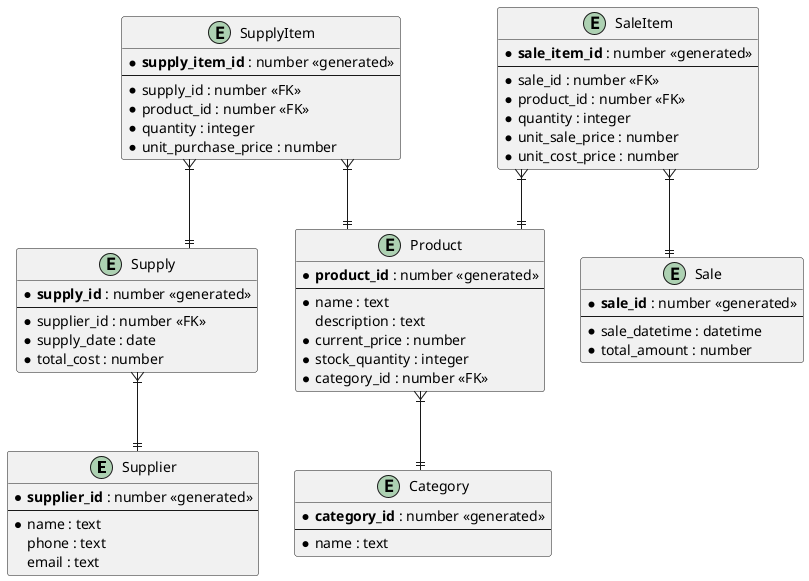
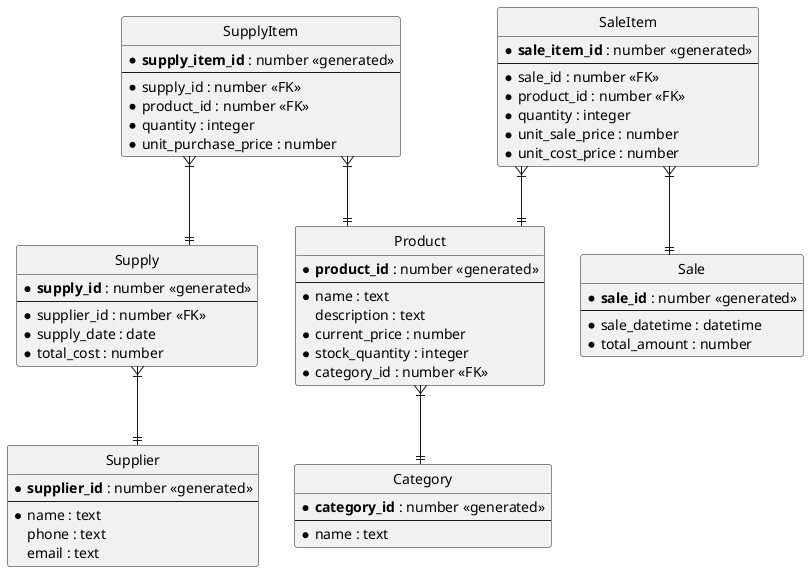
@startuml
skinparam linetype ortho
- 
+ hide circle
entity "Supplier" as Supplier {
  * **supplier_id** : number <<generated>>
  --
  * name : text
  phone : text
  email : text
}

entity "Category" as Category {
  * **category_id** : number <<generated>>
  --
  * name : text
}

entity "Product" as Product {
  * **product_id** : number <<generated>>
  --
  * name : text
  description : text
  * current_price : number
  * stock_quantity : integer
  * category_id : number <<FK>>
}

entity "Supply" as Supply {
  * **supply_id** : number <<generated>>
  --
  * supplier_id : number <<FK>>
  * supply_date : date
  * total_cost : number
}

entity "SupplyItem" as SupplyItem {
  * **supply_item_id** : number <<generated>>
  --
  * supply_id : number <<FK>>
  * product_id : number <<FK>>
  * quantity : integer
  * unit_purchase_price : number
}

entity "Sale" as Sale {
  * **sale_id** : number <<generated>>
  --
  * sale_datetime : datetime
  * total_amount : number
}

entity "SaleItem" as SaleItem {
  * **sale_item_id** : number <<generated>>
  --
  * sale_id : number <<FK>>
  * product_id : number <<FK>>
  * quantity : integer
  * unit_sale_price : number
  * unit_cost_price : number
}

Product }|--|| Category
Supply }|--|| Supplier
SupplyItem }|--|| Supply
SupplyItem }|--|| Product
SaleItem }|--|| Sale
SaleItem }|--|| Product

@enduml